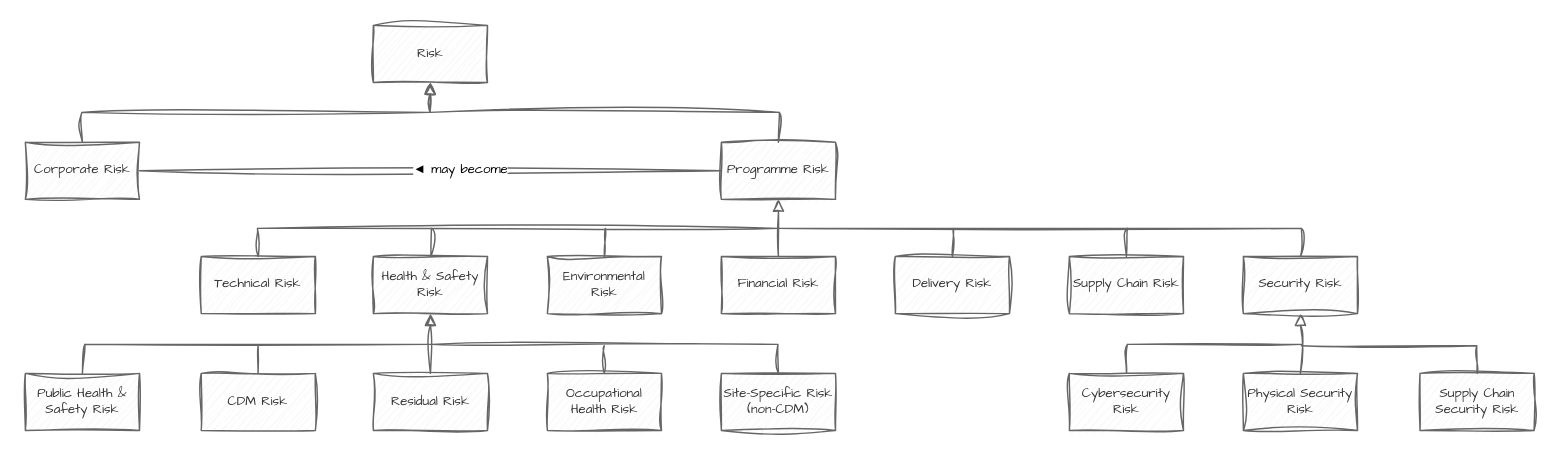
This is page "CDM - Risk" (16 of 16) of P639 Diagrams.drawio from martinlt/reference, a draw.io file, before an edit. Source tidied: cells renumbered, new cells numbered last; positions are measured from the earlier drawing's top-left corner, leaving out a move shared by most shapes. Both pictures are drawn from the tidied source at 145%, with x=0, y=0 at pixel (25, 25).
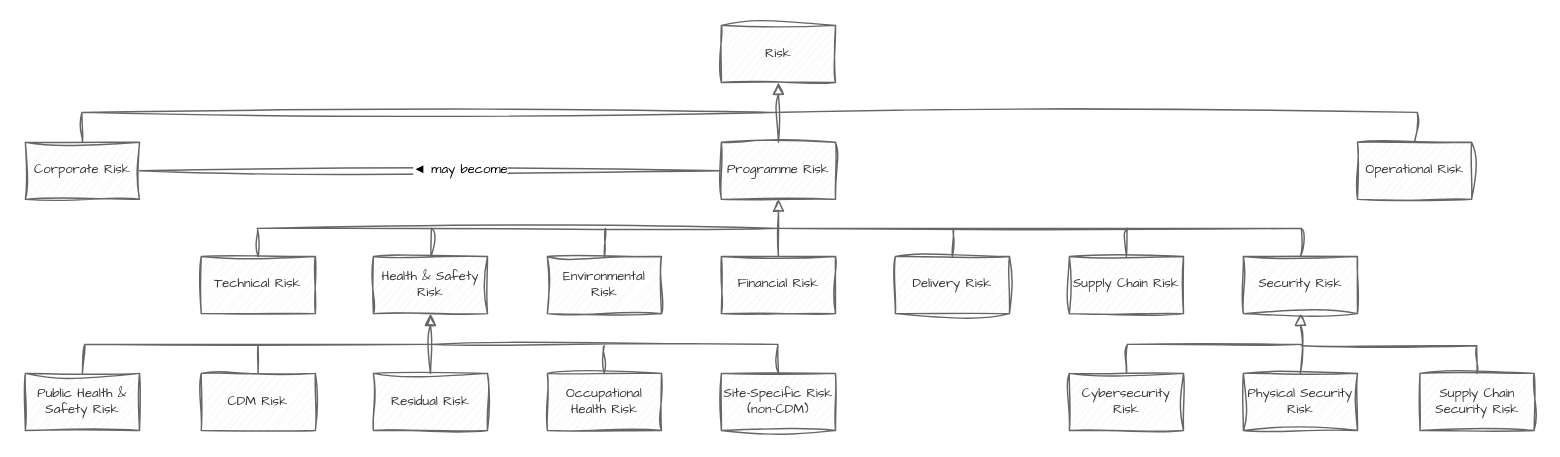
Above is the later version.

Unchanged cells that the change refers to:
```xml
<mxCell id="3" value="Corporate Risk" style="html=1;whiteSpace=wrap;sketch=1;hachureGap=4;jiggle=2;curveFitting=1;fontFamily=Architects Daughter;fontSize=9;fillColor=#f5f5f5;strokeColor=#666666;fontColor=#333333;" parent="1" vertex="1">
  <mxGeometry y="80.6" width="78.7" height="39.4" as="geometry" />
</mxCell>
<mxCell id="7" value="Programme Risk" style="html=1;whiteSpace=wrap;sketch=1;hachureGap=4;jiggle=2;curveFitting=1;fontFamily=Architects Daughter;fontSize=9;fillColor=#f5f5f5;strokeColor=#666666;fontColor=#333333;" parent="1" vertex="1">
  <mxGeometry x="480" y="80.6" width="78.7" height="39.4" as="geometry" />
</mxCell>
```

What changed in the source:
```diff
@@
     <mxCell id="2" value="Risk" style="html=1;whiteSpace=wrap;sketch=1;hachureGap=4;jiggle=2;curveFitting=1;fontFamily=Architects Daughter;fontSize=9;fillColor=#f5f5f5;strokeColor=#666666;fontColor=#333333;" parent="1" vertex="1">
-      <mxGeometry x="240" width="78.7" height="39.4" as="geometry" />
+      <mxGeometry x="480" width="78.7" height="39.4" as="geometry" />
     </mxCell>
@@
-    <mxCell id="15" style="endArrow=none;endSize=10;endFill=0;html=1;rounded=0;fontSize=9;labelBackgroundColor=none;strokeColor=#666666;fontColor=default;sketch=1;curveFitting=1;jiggle=2;entryX=0.5;entryY=0;entryDx=0;entryDy=0;fillColor=#f5f5f5;exitX=0.5;exitY=1;exitDx=0;exitDy=0;startArrow=block;startFill=0;" parent="1" edge="1" source="2" target="3">
+    <mxCell id="15" style="endArrow=none;endSize=10;endFill=0;html=1;rounded=0;fontSize=9;labelBackgroundColor=none;strokeColor=#666666;fontColor=default;sketch=1;curveFitting=1;jiggle=2;entryX=0.5;entryY=0;entryDx=0;entryDy=0;fillColor=#f5f5f5;startArrow=none;startFill=0;" parent="1" edge="1" target="3">
       <mxGeometry relative="1" as="geometry">
+        <mxPoint x="519" y="60" as="sourcePoint" />
         <Array as="points">
-          <mxPoint x="279" y="60" />
           <mxPoint x="39" y="60" />
         </Array>
       </mxGeometry>
     </mxCell>
-    <mxCell id="16" style="endArrow=none;endSize=10;endFill=0;html=1;rounded=0;fontSize=9;labelBackgroundColor=none;strokeColor=#666666;fontColor=default;sketch=1;curveFitting=1;jiggle=2;entryX=0.5;entryY=0;entryDx=0;entryDy=0;fillColor=#f5f5f5;exitX=0.5;exitY=1;exitDx=0;exitDy=0;startArrow=block;startFill=0;" parent="1" edge="1" source="2" target="7">
-      <mxGeometry relative="1" as="geometry">
-        <Array as="points">
-          <mxPoint x="279" y="60" />
-          <mxPoint x="520" y="60" />
-        </Array>
-      </mxGeometry>
-    </mxCell>
@@
+    <mxCell id="38" value="Operational Risk" style="html=1;whiteSpace=wrap;sketch=1;hachureGap=4;jiggle=2;curveFitting=1;fontFamily=Architects Daughter;fontSize=9;fillColor=#f5f5f5;strokeColor=#666666;fontColor=#333333;" parent="1" vertex="1">
+      <mxGeometry x="918.7" y="80.6" width="78.7" height="39.4" as="geometry" />
+    </mxCell>
+    <mxCell id="39" style="endArrow=none;endSize=10;endFill=0;html=1;rounded=0;fontSize=9;labelBackgroundColor=none;strokeColor=#666666;fontColor=default;sketch=1;curveFitting=1;jiggle=2;entryX=0.5;entryY=0;entryDx=0;entryDy=0;fillColor=#f5f5f5;startArrow=none;startFill=0;" parent="1" edge="1" target="38">
+      <mxGeometry relative="1" as="geometry">
+        <mxPoint x="520" y="60" as="sourcePoint" />
+        <Array as="points">
+          <mxPoint x="960" y="60" />
+        </Array>
+      </mxGeometry>
+    </mxCell>
+    <mxCell id="16" style="endArrow=none;endSize=10;endFill=0;html=1;rounded=0;fontSize=9;labelBackgroundColor=none;strokeColor=#666666;fontColor=default;sketch=1;curveFitting=1;jiggle=2;entryX=0.5;entryY=0;entryDx=0;entryDy=0;fillColor=#f5f5f5;exitX=0.5;exitY=1;exitDx=0;exitDy=0;startArrow=block;startFill=0;" parent="1" edge="1" source="2" target="7">
+      <mxGeometry relative="1" as="geometry" />
+    </mxCell>
```
